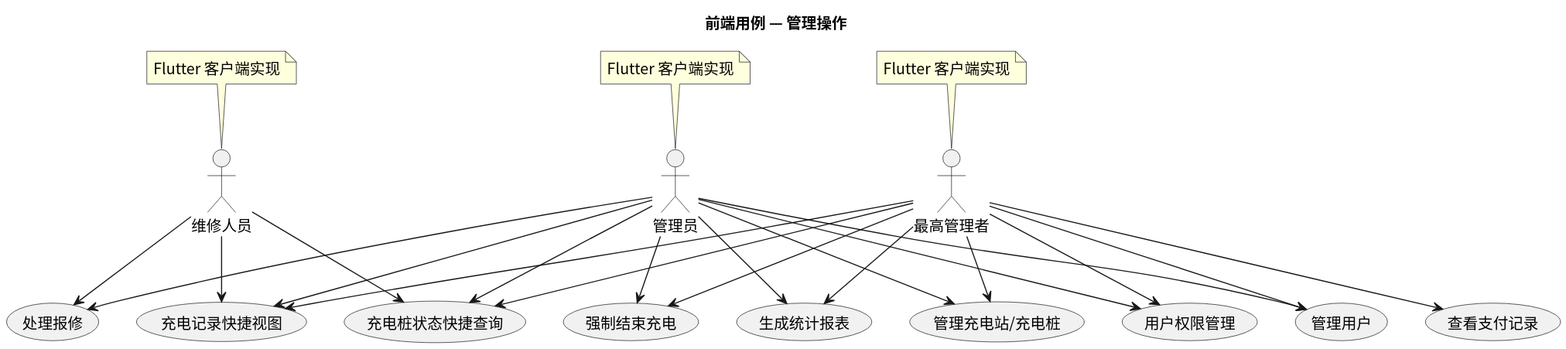
greenhandzdl/charging-station-doc keeps this PlantUML diagram as usecase/docs/frontend/img/frontend_admin_usecases.svg. Above is the earlier version.
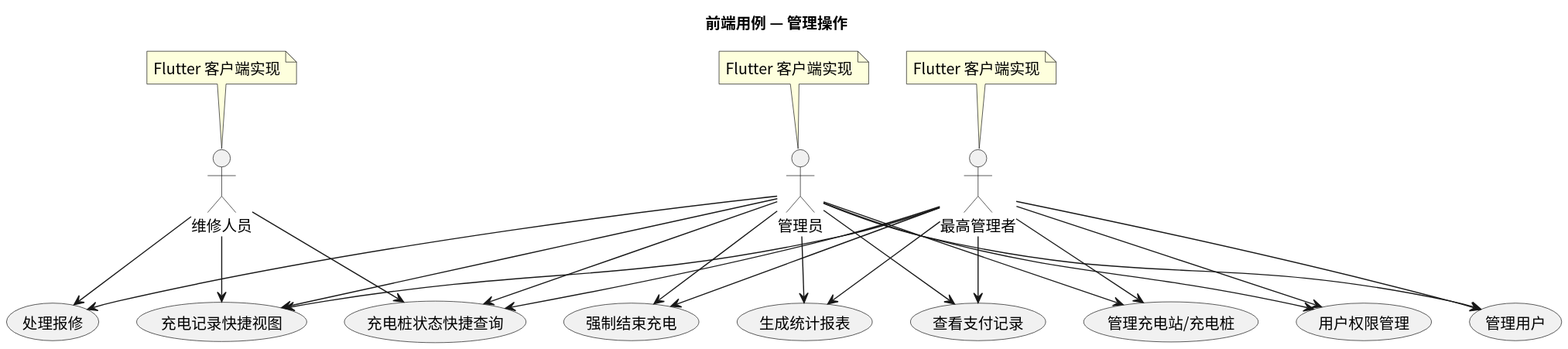
Above is the later version.

Diff of the diagram source:
```diff
@@ -30,6 +30,7 @@
 A --> GS
 A --> QC
 A --> QV
+A --> VPR
 M --> HR
 M --> QV
 M --> QC
```
